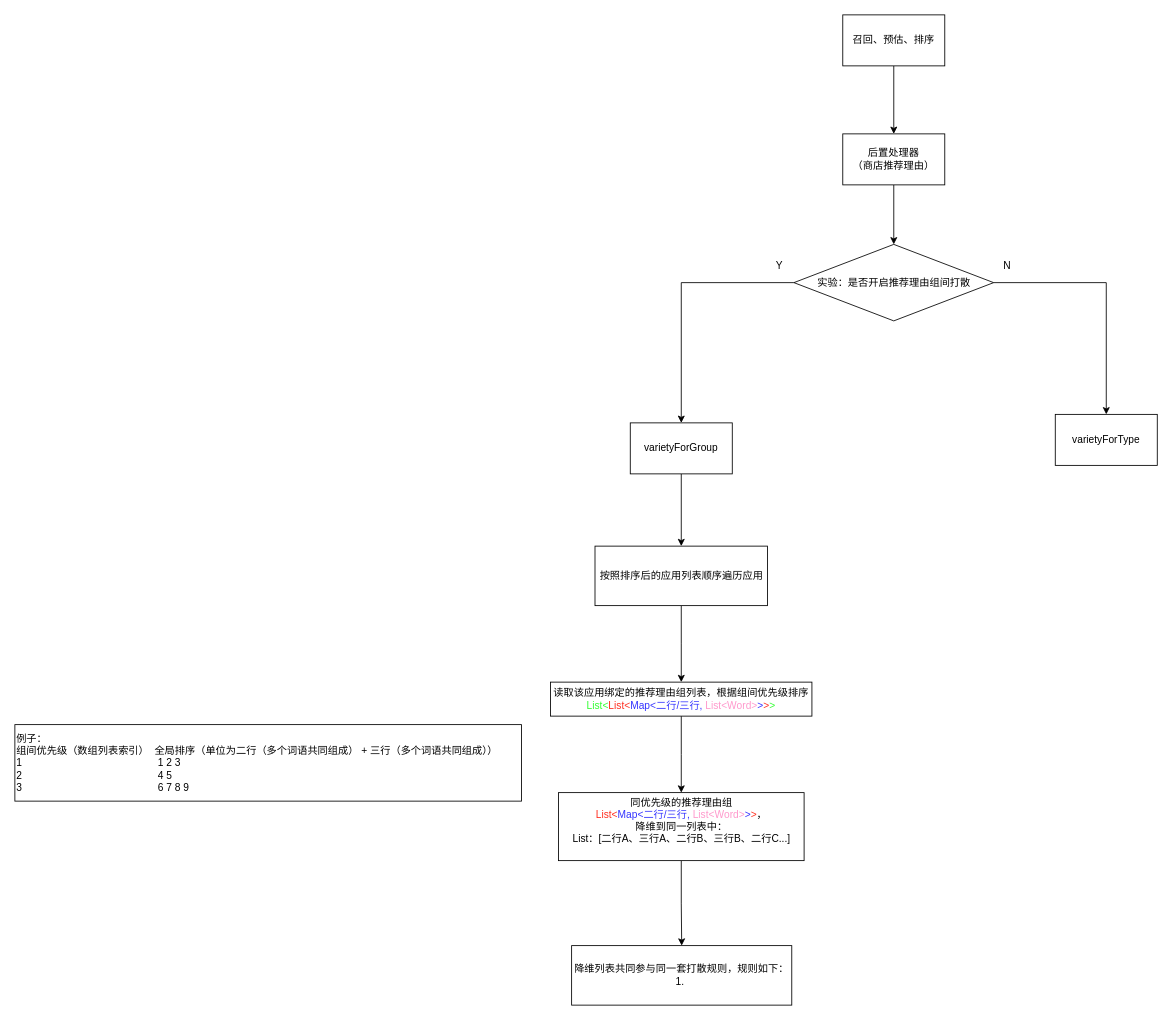
Above: ranker打散.drawio in ETHAN0430/draw.io.repo (draw.io), before the change. Source tidied: cells renumbered, new cells numbered last; positions are measured from the earlier drawing's top-left corner, leaving out a move shared by most shapes. Both pictures are drawn from the tidied source at 85%, with x=0, y=0 at pixel (14, 14).
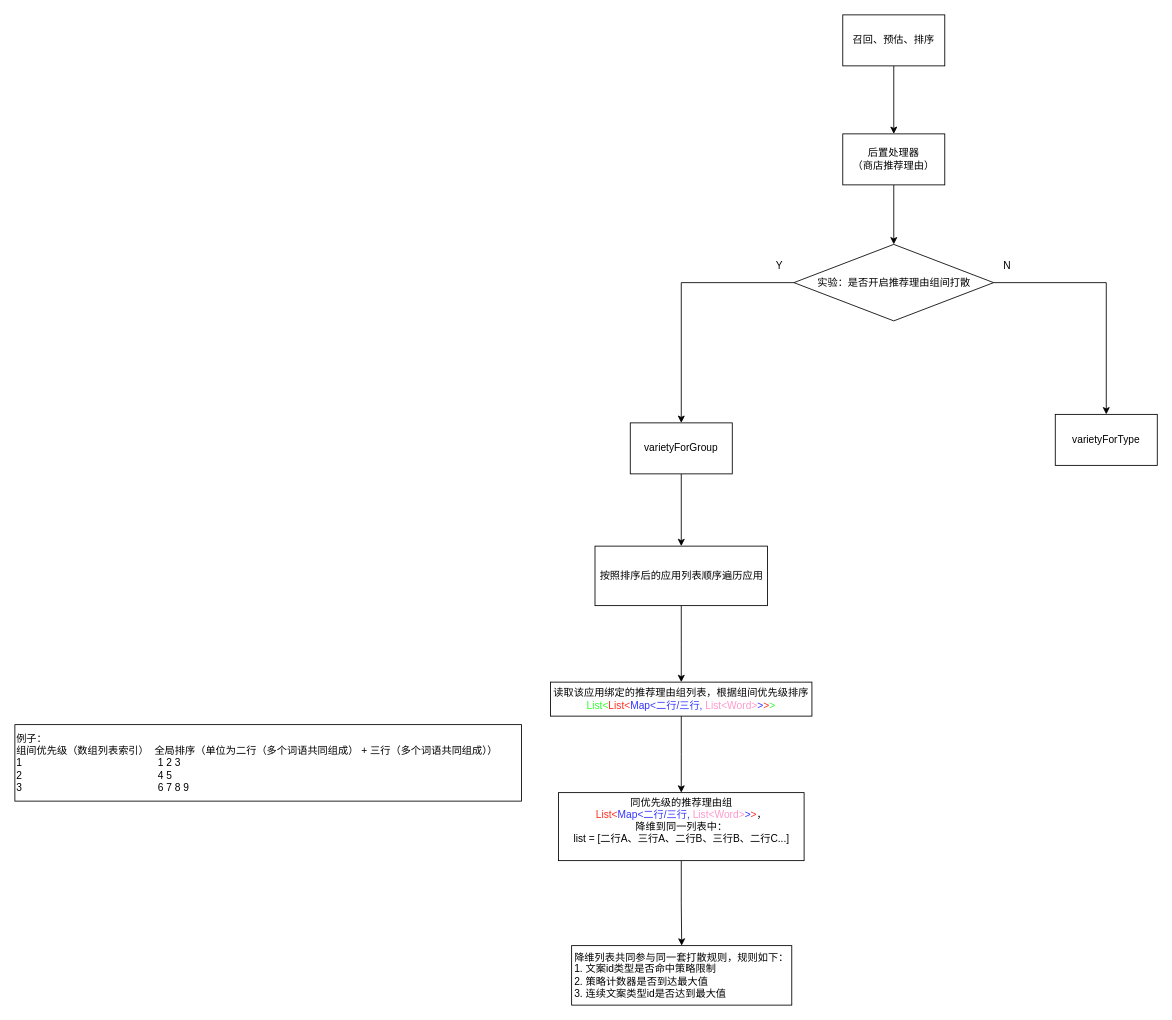
Above is the later version.

Diff of the diagram source:
```diff
@@
-    <mxCell id="19" value="同优先级的推荐理由组&lt;br&gt;&lt;font color=&quot;#ff2e1f&quot;&gt;List&amp;lt;&lt;/font&gt;&lt;font color=&quot;#3333ff&quot;&gt;Map&amp;lt;二行/三行,&amp;nbsp;&lt;/font&gt;&lt;font color=&quot;#ff99cc&quot;&gt;List&amp;lt;Word&amp;gt;&lt;/font&gt;&lt;font color=&quot;#3333ff&quot;&gt;&amp;gt;&lt;/font&gt;&lt;font color=&quot;#ff2e1f&quot;&gt;&amp;gt;&lt;/font&gt;，&lt;br&gt;降维到同一列表中：&lt;br&gt;List：[二行A、三行A、二行B、三行B、二行C...]&lt;br&gt;&lt;div&gt;&lt;br&gt;&lt;/div&gt;" style="whiteSpace=wrap;html=1;" parent="1" vertex="1">
+    <mxCell id="19" value="同优先级的推荐理由组&lt;br&gt;&lt;font color=&quot;#ff2e1f&quot;&gt;List&amp;lt;&lt;/font&gt;&lt;font color=&quot;#3333ff&quot;&gt;Map&amp;lt;二行/三行,&amp;nbsp;&lt;/font&gt;&lt;font color=&quot;#ff99cc&quot;&gt;List&amp;lt;Word&amp;gt;&lt;/font&gt;&lt;font color=&quot;#3333ff&quot;&gt;&amp;gt;&lt;/font&gt;&lt;font color=&quot;#ff2e1f&quot;&gt;&amp;gt;&lt;/font&gt;，&lt;br&gt;降维到同一列表中：&lt;br&gt;list = [二行A、三行A、二行B、三行B、二行C...]&lt;br&gt;&lt;div&gt;&lt;br&gt;&lt;/div&gt;" style="whiteSpace=wrap;html=1;" parent="1" vertex="1">
       <mxGeometry x="639.5" y="915" width="289" height="80" as="geometry" />
     </mxCell>
-    <mxCell id="20" value="降维列表共同参与同一套打散规则，规则如下：&lt;br&gt;1.&amp;nbsp;" style="whiteSpace=wrap;html=1;" parent="1" vertex="1">
+    <mxCell id="20" value="降维列表共同参与同一套打散规则，规则如下：&lt;br&gt;&lt;div style=&quot;text-align: left;&quot;&gt;&lt;span style=&quot;background-color: initial;&quot;&gt;1. 文案id类型是否命中策略限制&lt;/span&gt;&lt;/div&gt;&lt;div style=&quot;text-align: left;&quot;&gt;&lt;span style=&quot;background-color: initial;&quot;&gt;2. 策略计数器是否到达最大值&lt;/span&gt;&lt;/div&gt;&lt;div style=&quot;text-align: left;&quot;&gt;&lt;span style=&quot;background-color: initial;&quot;&gt;3. 连续文案类型id是否达到最大值&lt;/span&gt;&lt;/div&gt;" style="whiteSpace=wrap;html=1;" parent="1" vertex="1">
       <mxGeometry x="655" y="1095" width="259" height="70" as="geometry" />
     </mxCell>
```
